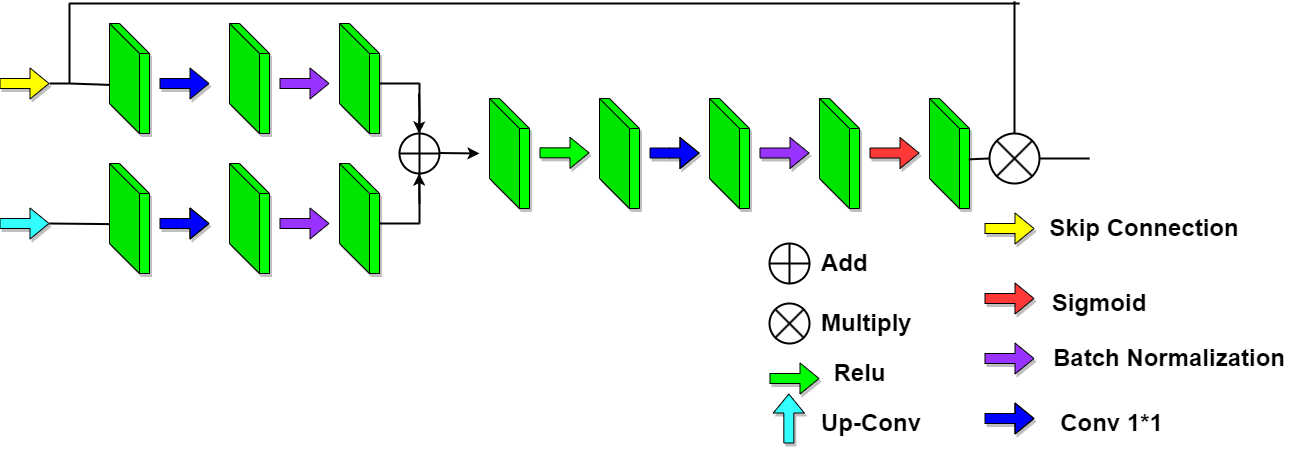
The draw.io diagram Untitled Diagram.drawio.png in AnayPanja/demo_drawing_at_draw.io, before a commit. Source tidied: cells renumbered, new cells last; positions are measured from the earlier drawing's top-left corner, leaving out a move shared by most shapes.
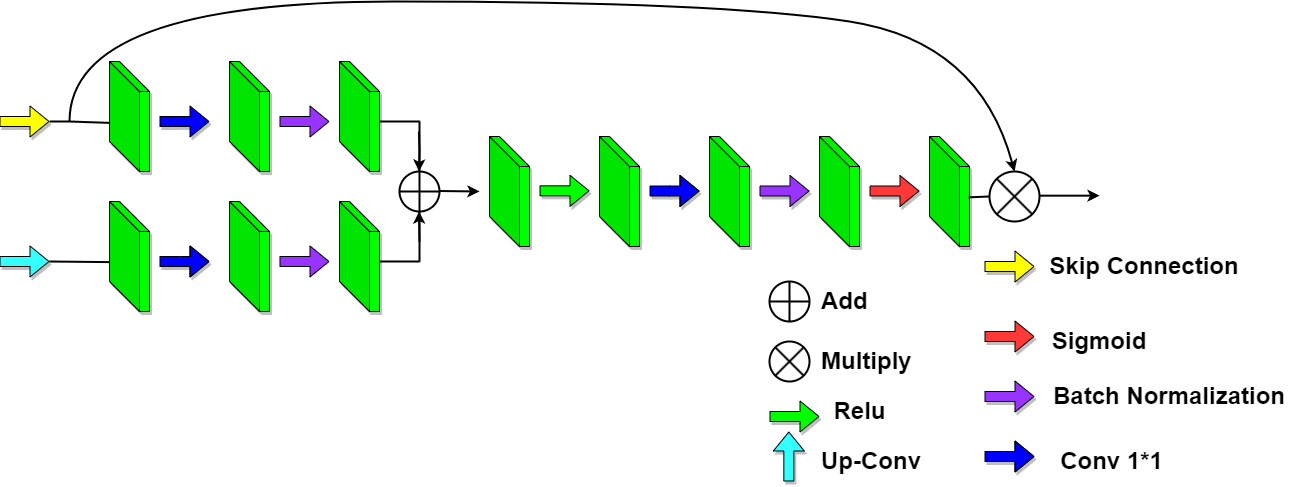
Above is the later version.

Change to the diagram source:
```diff
@@ -145,28 +145,6 @@
         </Array>
       </mxGeometry>
     </mxCell>
-    <mxCell id="30" style="endArrow=none;html=1;rounded=0;strokeWidth=2;" parent="1" edge="1">
-      <mxGeometry relative="1" as="geometry">
-        <mxPoint x="70" y="82" as="sourcePoint" />
-        <mxPoint x="70" y="2" as="targetPoint" />
-      </mxGeometry>
-    </mxCell>
-    <mxCell id="31" style="endArrow=none;html=1;rounded=0;fontSize=16;strokeWidth=2;" parent="1" edge="1">
-      <mxGeometry relative="1" as="geometry">
-        <mxPoint x="70" y="2" as="sourcePoint" />
-        <mxPoint x="1020" y="2" as="targetPoint" />
-      </mxGeometry>
-    </mxCell>
-    <mxCell id="32" style="endArrow=none;html=1;rounded=0;strokeWidth=2;entryX=0.5;entryY=0;entryDx=0;entryDy=0;" parent="1" edge="1" target="26">
-      <mxGeometry relative="1" as="geometry">
-        <mxPoint x="1015" as="sourcePoint" />
-      </mxGeometry>
-    </mxCell>
-    <mxCell id="33" style="endArrow=none;html=1;rounded=0;exitX=1;exitY=0.5;exitDx=0;exitDy=0;strokeWidth=2;" parent="1" edge="1" source="26">
-      <mxGeometry relative="1" as="geometry">
-        <mxPoint x="1090" y="157" as="targetPoint" />
-      </mxGeometry>
-    </mxCell>
     <mxCell id="34" style="shape=flexArrow;endArrow=classic;html=1;rounded=0;fillColor=#FFFF00;shadow=1;" parent="1" edge="1">
       <mxGeometry relative="1" as="geometry">
         <mxPoint x="985" y="227" as="sourcePoint" />
@@ -260,5 +238,21 @@
     <mxCell id="54" value="&lt;font style=&quot;font-size: 24px;&quot;&gt;&lt;b&gt;Relu&lt;/b&gt;&lt;/font&gt;" style="text;html=1;align=center;verticalAlign=middle;strokeColor=none;fillColor=none;" parent="1" vertex="1">
       <mxGeometry x="820" y="352" width="80" height="40" as="geometry" />
     </mxCell>
+    <mxCell id="55" style="curved=1;endArrow=classic;html=1;rounded=0;strokeWidth=2;entryX=0.5;entryY=0;entryDx=0;entryDy=0;" parent="1" edge="1" target="26">
+      <mxGeometry relative="1" as="geometry">
+        <mxPoint x="70" y="82" as="sourcePoint" />
+        <Array as="points">
+          <mxPoint x="70" y="-38" />
+          <mxPoint x="720" y="-38" />
+          <mxPoint x="980" y="2" />
+        </Array>
+      </mxGeometry>
+    </mxCell>
+    <mxCell id="56" style="endArrow=classic;html=1;rounded=0;strokeWidth=2;" parent="1" edge="1">
+      <mxGeometry relative="1" as="geometry">
+        <mxPoint x="1040" y="156.2" as="sourcePoint" />
+        <mxPoint x="1100" y="156.2" as="targetPoint" />
+      </mxGeometry>
+    </mxCell>
   </root>
 </mxGraphModel>
```
